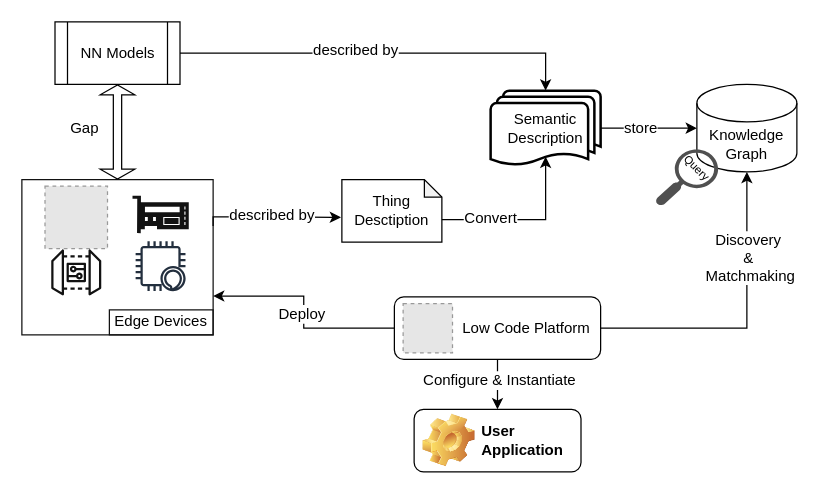
Above: ISWC_Framework.drawio in Haoyu-R/appendix (draw.io), before the change. Source tidied: cells renumbered, new cells numbered last; positions are measured from the earlier drawing's top-left corner, leaving out a move shared by most shapes. Both pictures are drawn from the tidied source at 125%, with x=0, y=0 at pixel (21, 21). Pictures stored in the file or linked from it are replaced by grey dashed boxes.
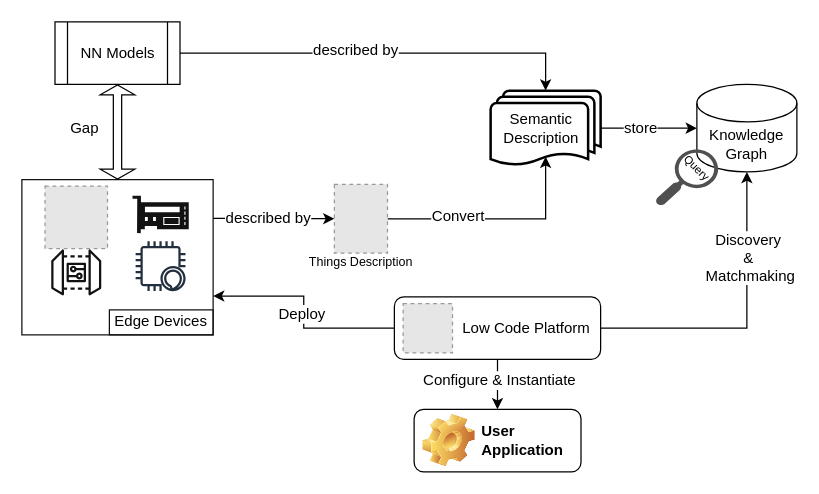
The same page after the edit.

Unchanged cells that the change refers to:
```xml
<mxCell id="22" style="rounded=0;whiteSpace=wrap;html=1;strokeColor=#121212;fillColor=none;" parent="17" vertex="1">
  <mxGeometry width="153" height="124.2" as="geometry" />
</mxCell>
```

Diff of the diagram source:
```diff
@@
-    <mxCell id="7" value="Semantic Description" style="strokeWidth=2;html=1;shape=mxgraph.flowchart.multi-document;whiteSpace=wrap;" parent="1" vertex="1">
+    <mxCell id="7" value="Semantic&amp;nbsp;&amp;nbsp; Description&amp;nbsp;&amp;nbsp; " style="strokeWidth=2;html=1;shape=mxgraph.flowchart.multi-document;whiteSpace=wrap;" parent="1" vertex="1">
       <mxGeometry x="375" y="55" width="88" height="60" as="geometry" />
     </mxCell>
@@
-    <mxCell id="10" style="edgeStyle=orthogonalEdgeStyle;rounded=0;jettySize=auto;html=1;exitX=0;exitY=0;exitDx=80;exitDy=32;exitPerimeter=0;entryX=0.5;entryY=0.88;entryDx=0;entryDy=0;entryPerimeter=0;fontSize=12;" parent="1" edge="1" source="12" target="7">
+    <mxCell id="10" style="edgeStyle=orthogonalEdgeStyle;rounded=0;jettySize=auto;html=1;entryX=0.5;entryY=0.88;entryDx=0;entryDy=0;entryPerimeter=0;fontSize=12;" parent="1" edge="1" source="35" target="7">
       <mxGeometry relative="1" as="geometry" />
     </mxCell>
@@
-    <mxCell id="12" value="&lt;div&gt;Thing&lt;/div&gt;&lt;div&gt;Desctiption&lt;br&gt;&lt;/div&gt;" style="shape=note;whiteSpace=wrap;html=1;backgroundOutline=1;darkOpacity=0.05;fontSize=12;fillColor=none;size=14;" parent="1" vertex="1">
-      <mxGeometry x="256" y="126.2" width="80" height="50" as="geometry" />
-    </mxCell>
@@
-    <mxCell id="26" style="edgeStyle=orthogonalEdgeStyle;rounded=0;jettySize=auto;html=1;exitX=1;exitY=0.25;exitDx=0;exitDy=0;fontSize=12;entryX=-0.009;entryY=0.604;entryDx=0;entryDy=0;entryPerimeter=0;" parent="1" edge="1" target="12">
-      <mxGeometry relative="1" as="geometry">
-        <mxPoint x="153" y="163.3" as="sourcePoint" />
-        <Array as="points">
-          <mxPoint x="153" y="156" />
-          <mxPoint x="207" y="156" />
-        </Array>
-      </mxGeometry>
-    </mxCell>
-    <mxCell id="27" value="described by" style="edgeLabel;html=1;align=center;verticalAlign=middle;fontSize=12;" parent="26" vertex="1">
-      <mxGeometry x="-0.12" y="1" relative="1" as="geometry">
-        <mxPoint x="6" y="-1" as="offset" />
-      </mxGeometry>
-    </mxCell>
@@
+    <mxCell id="35" style="fillColor=#E6E6E6;strokeColor=#999999;dashed=1;verticalLabelPosition=bottom;labelBackgroundColor=default;verticalAlign=top;" parent="1" vertex="1">
+      <mxGeometry x="250" y="130" width="42.5" height="55" as="geometry" />
+    </mxCell>
+    <mxCell id="36" style="edgeStyle=orthogonalEdgeStyle;rounded=0;jettySize=auto;html=1;exitX=1;exitY=0.25;exitDx=0;exitDy=0;fontSize=12;entryX=0;entryY=0.5;entryDx=0;entryDy=0;" parent="1" edge="1" source="22" target="35">
+      <mxGeometry relative="1" as="geometry" />
+    </mxCell>
+    <mxCell id="27" value="described by" style="edgeLabel;html=1;align=center;verticalAlign=middle;fontSize=12;" parent="36" vertex="1">
+      <mxGeometry x="-0.11" y="1" relative="1" as="geometry" />
+    </mxCell>
+    <mxCell id="37" value="&lt;font style=&quot;font-size: 10px&quot;&gt;Things Description&lt;/font&gt;" style="text;html=1;align=center;verticalAlign=middle;strokeColor=none;fillColor=none;fontSize=12;" parent="1" vertex="1">
+      <mxGeometry x="221.2" y="182.4" width="100" height="20" as="geometry" />
+    </mxCell>
```
